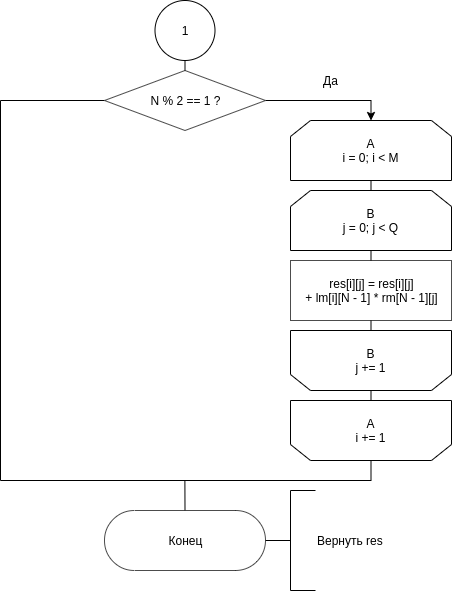
Above: lab_02/docs/schemes/win-bottom.png in ivaaahn/bmstu-aa (draw.io), before the change. Source tidied: cells renumbered, new cells last; positions are measured from the earlier drawing's top-left corner, leaving out a move shared by most shapes.
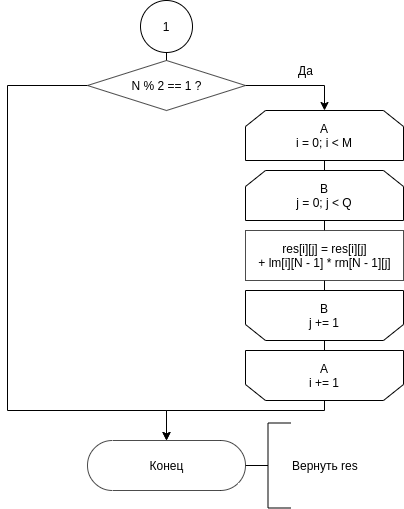
The same file after the commit.

Change to the diagram source:
```diff
@@ -5,72 +5,67 @@
     <mxCell id="2" style="edgeStyle=orthogonalEdgeStyle;rounded=0;jettySize=auto;html=1;exitX=1;exitY=0.5;exitDx=0;exitDy=0;entryX=0.5;entryY=0;entryDx=0;entryDy=0;endArrow=classic;endFill=1;" parent="1" edge="1" source="5" target="9">
       <mxGeometry relative="1" as="geometry" />
     </mxCell>
-    <mxCell id="3" style="edgeStyle=orthogonalEdgeStyle;rounded=0;jettySize=auto;html=1;exitX=0;exitY=0.5;exitDx=0;exitDy=0;endArrow=none;endFill=0;" parent="1" edge="1" source="5">
-      <mxGeometry relative="1" as="geometry">
-        <mxPoint y="480" as="targetPoint" />
-        <Array as="points">
-          <mxPoint y="100" />
-          <mxPoint y="480" />
-        </Array>
-      </mxGeometry>
-    </mxCell>
     <mxCell id="4" style="edgeStyle=orthogonalEdgeStyle;rounded=0;jettySize=auto;html=1;exitX=0.5;exitY=0;exitDx=0;exitDy=0;entryX=0.5;entryY=1;entryDx=0;entryDy=0;endArrow=none;endFill=0;" parent="1" edge="1" source="5" target="20">
       <mxGeometry relative="1" as="geometry" />
     </mxCell>
+    <mxCell id="21" style="edgeStyle=orthogonalEdgeStyle;rounded=0;jettySize=auto;html=1;exitX=0;exitY=0.5;exitDx=0;exitDy=0;entryX=0.5;entryY=0.5;entryDx=0;entryDy=-25;entryPerimeter=0;" parent="1" edge="1" source="5" target="19">
+      <mxGeometry relative="1" as="geometry">
+        <Array as="points">
+          <mxPoint x="40" y="95" />
+          <mxPoint x="40" y="420" />
+          <mxPoint x="199" y="420" />
+        </Array>
+      </mxGeometry>
+    </mxCell>
     <mxCell id="5" value="N % 2 == 1 ?" style="shape=rhombus;html=1;dashed=0;whitespace=wrap;perimeter=rhombusPerimeter;sketch=0;strokeWidth=1;fillColor=#ffffff;gradientColor=none;opacity=70;" parent="1" vertex="1">
-      <mxGeometry x="104" y="70" width="161" height="60" as="geometry" />
+      <mxGeometry x="120" y="70" width="158" height="50" as="geometry" />
     </mxCell>
     <mxCell id="6" value="Вернуть res" style="strokeWidth=1;html=1;shape=mxgraph.flowchart.annotation_2;align=left;labelPosition=right;" parent="1" vertex="1">
-      <mxGeometry x="265" y="490" width="50" height="100" as="geometry" />
+      <mxGeometry x="278" y="432.5" width="45" height="85" as="geometry" />
     </mxCell>
     <mxCell id="7" value="Да" style="text;html=1;align=center;verticalAlign=middle;strokeColor=none;fillColor=none;" parent="1" vertex="1">
-      <mxGeometry x="315" y="70" width="30" height="20" as="geometry" />
+      <mxGeometry x="323" y="70" width="30" height="20" as="geometry" />
     </mxCell>
     <mxCell id="8" style="edgeStyle=orthogonalEdgeStyle;rounded=0;jettySize=auto;html=1;exitX=0.5;exitY=1;exitDx=0;exitDy=0;entryX=0.5;entryY=0;entryDx=0;entryDy=0;endArrow=none;endFill=0;" parent="1" edge="1" source="9" target="11">
       <mxGeometry relative="1" as="geometry" />
     </mxCell>
     <mxCell id="9" value="A&lt;br&gt;i = 0; i &amp;lt; M" style="shape=loopLimit;whiteSpace=wrap;html=1;" parent="1" vertex="1">
-      <mxGeometry x="290" y="120" width="161" height="60" as="geometry" />
+      <mxGeometry x="278" y="120" width="158" height="50" as="geometry" />
     </mxCell>
     <mxCell id="10" style="edgeStyle=orthogonalEdgeStyle;rounded=0;jettySize=auto;html=1;exitX=0.5;exitY=1;exitDx=0;exitDy=0;entryX=0.5;entryY=0;entryDx=0;entryDy=0;endArrow=none;endFill=0;" parent="1" edge="1" source="11" target="13">
       <mxGeometry relative="1" as="geometry" />
     </mxCell>
     <mxCell id="11" value="B&lt;br&gt;j = 0; j &amp;lt; Q" style="shape=loopLimit;whiteSpace=wrap;html=1;" parent="1" vertex="1">
-      <mxGeometry x="290" y="190" width="161" height="60" as="geometry" />
+      <mxGeometry x="278" y="180" width="158" height="50" as="geometry" />
     </mxCell>
     <mxCell id="12" style="edgeStyle=orthogonalEdgeStyle;rounded=0;jettySize=auto;html=1;exitX=0.5;exitY=1;exitDx=0;exitDy=0;entryX=0.5;entryY=1;entryDx=0;entryDy=0;endArrow=none;endFill=0;" parent="1" edge="1" source="13" target="17">
       <mxGeometry relative="1" as="geometry" />
     </mxCell>
     <mxCell id="13" value="&amp;nbsp;res[i][j] = res[i][j] &lt;br&gt;+ lm[i][N - 1] * rm[N - 1][j]" style="html=1;dashed=0;whitespace=wrap;sketch=0;strokeWidth=1;fillColor=#ffffff;gradientColor=none;opacity=70;" parent="1" vertex="1">
-      <mxGeometry x="290" y="260" width="161" height="60" as="geometry" />
+      <mxGeometry x="278" y="240" width="158" height="50" as="geometry" />
     </mxCell>
-    <mxCell id="14" style="edgeStyle=orthogonalEdgeStyle;rounded=0;jettySize=auto;html=1;exitX=0.5;exitY=0;exitDx=0;exitDy=0;endArrow=none;endFill=0;" parent="1" edge="1" source="15">
-      <mxGeometry relative="1" as="geometry">
-        <mxPoint y="480" as="targetPoint" />
-        <Array as="points">
-          <mxPoint x="370" y="480" />
-        </Array>
-      </mxGeometry>
-    </mxCell>
+    <mxCell id="22" style="edgeStyle=orthogonalEdgeStyle;rounded=0;jettySize=auto;html=1;exitX=0.5;exitY=0;exitDx=0;exitDy=0;entryX=0.5;entryY=0.5;entryDx=0;entryDy=-25;entryPerimeter=0;" parent="1" edge="1" source="15" target="19">
+      <mxGeometry relative="1" as="geometry">
+        <Array as="points">
+          <mxPoint x="357" y="420" />
+          <mxPoint x="199" y="420" />
+        </Array>
+      </mxGeometry>
+    </mxCell>
     <mxCell id="15" value="A&lt;br&gt;i += 1" style="shape=loopLimit;whiteSpace=wrap;html=1;direction=west;" parent="1" vertex="1">
-      <mxGeometry x="290" y="400" width="161" height="60" as="geometry" />
+      <mxGeometry x="278" y="360" width="158" height="50" as="geometry" />
     </mxCell>
     <mxCell id="16" style="edgeStyle=orthogonalEdgeStyle;rounded=0;jettySize=auto;html=1;exitX=0.5;exitY=0;exitDx=0;exitDy=0;entryX=0.5;entryY=1;entryDx=0;entryDy=0;endArrow=none;endFill=0;" parent="1" edge="1" source="17" target="15">
       <mxGeometry relative="1" as="geometry" />
     </mxCell>
     <mxCell id="17" value="B&lt;br&gt;j += 1" style="shape=loopLimit;whiteSpace=wrap;html=1;direction=west;" parent="1" vertex="1">
-      <mxGeometry x="290" y="330" width="161" height="60" as="geometry" />
+      <mxGeometry x="278" y="300" width="158" height="50" as="geometry" />
     </mxCell>
-    <mxCell id="18" style="edgeStyle=orthogonalEdgeStyle;rounded=0;jettySize=auto;html=1;exitX=0.5;exitY=0.5;exitDx=0;exitDy=-30;exitPerimeter=0;endArrow=none;endFill=0;" parent="1" edge="1" source="19">
-      <mxGeometry relative="1" as="geometry">
-        <mxPoint x="184.4" y="480" as="targetPoint" />
-      </mxGeometry>
-    </mxCell>
     <mxCell id="19" value="Конец" style="html=1;dashed=0;whitespace=wrap;shape=mxgraph.dfd.start;sketch=0;strokeWidth=1;fillColor=#ffffff;gradientColor=none;opacity=70;" parent="1" vertex="1">
-      <mxGeometry x="104" y="510" width="161" height="60" as="geometry" />
+      <mxGeometry x="120" y="450" width="158" height="50" as="geometry" />
     </mxCell>
     <mxCell id="20" value="1" style="ellipse;whiteSpace=wrap;html=1;strokeWidth=1;" parent="1" vertex="1">
-      <mxGeometry x="154.5" width="60" height="60" as="geometry" />
+      <mxGeometry x="173" y="10" width="52" height="52" as="geometry" />
     </mxCell>
   </root>
 </mxGraphModel>
```
